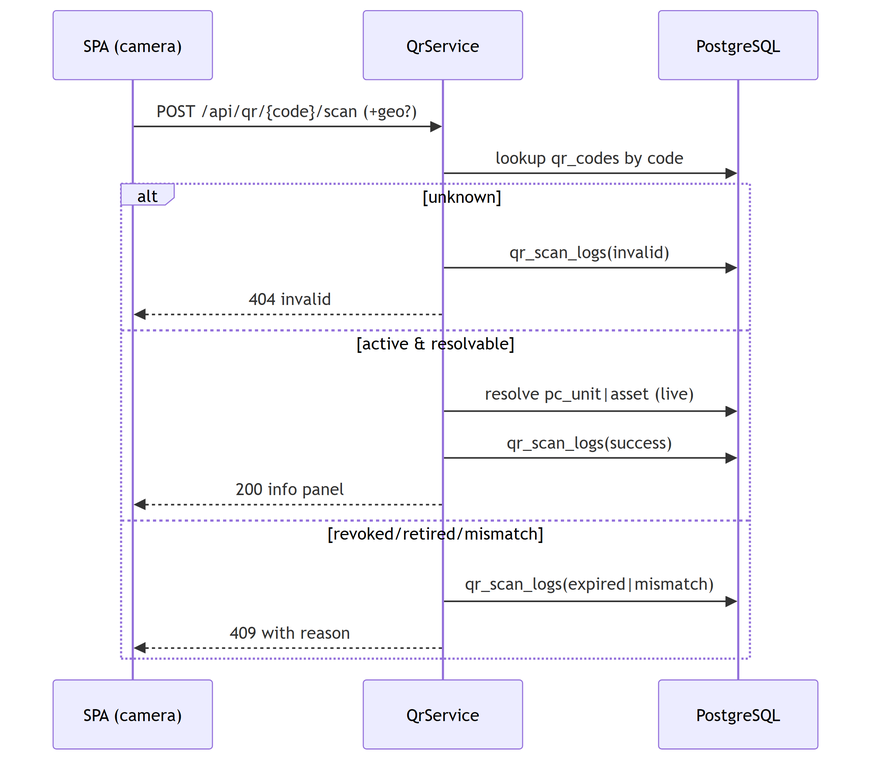
This is docs/diagrams/sdd-04-qr-scan-verification.png from im-Scrat/SccITTicketSys, a Mermaid export, as it was before one commit. Its source is kept beside it as docs/diagrams/source/sdd-04-qr-scan-verification.mmd.
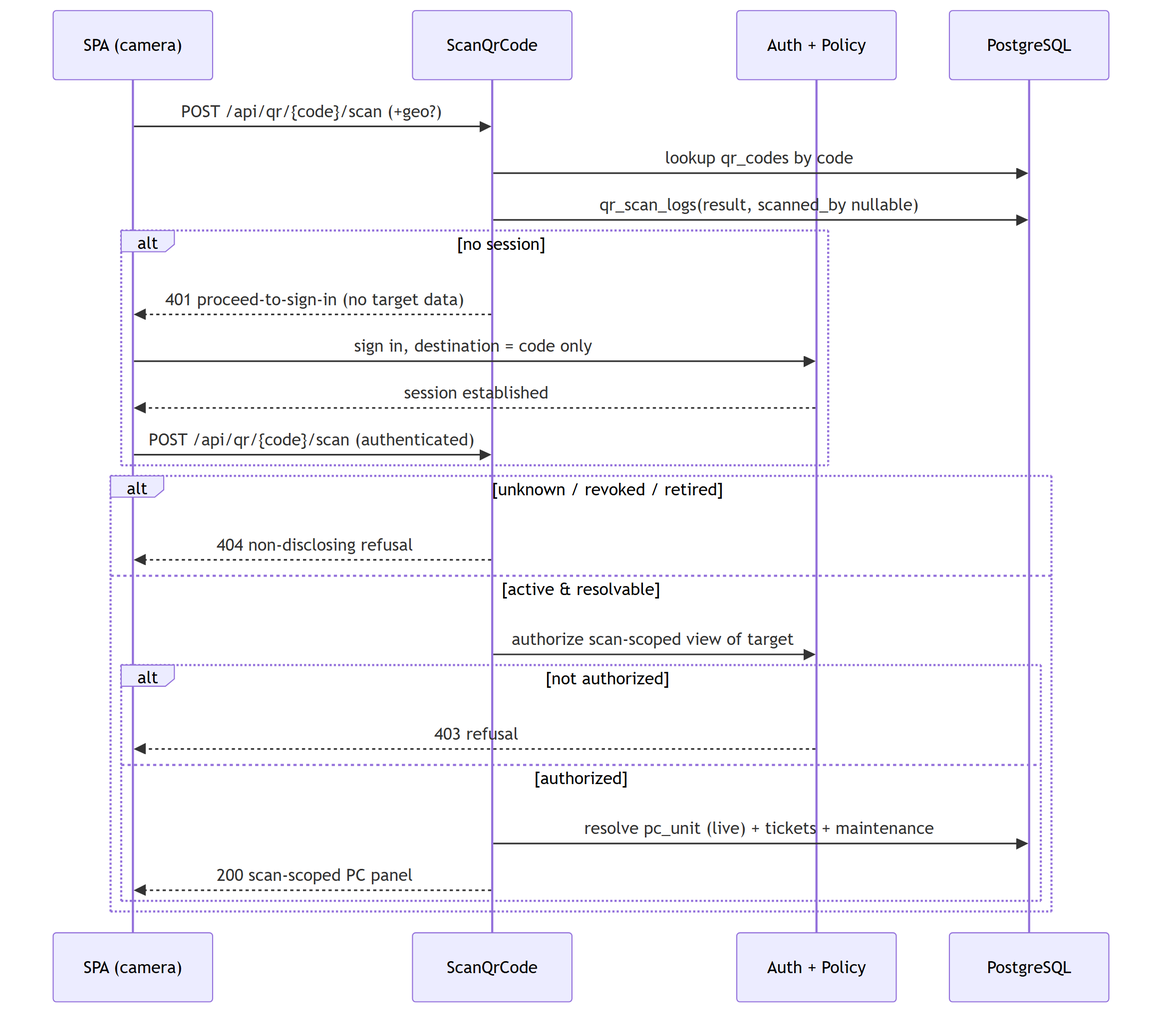
Later version of the same file.

The edit, as a diff of the source:
```diff
@@ -1,17 +1,25 @@
 sequenceDiagram
   participant B as SPA (camera)
-  participant L as QrService
+  participant L as ScanQrCode
+  participant A as Auth + Policy
   participant DB as PostgreSQL
   B->>L: POST /api/qr/{code}/scan (+geo?)
   L->>DB: lookup qr_codes by code
-  alt unknown
-    L->>DB: qr_scan_logs(invalid)
-    L-->>B: 404 invalid
+  L->>DB: qr_scan_logs(result, scanned_by nullable)
+  alt no session
+    L-->>B: 401 proceed-to-sign-in (no target data)
+    B->>A: sign in, destination = code only
+    A-->>B: session established
+    B->>L: POST /api/qr/{code}/scan (authenticated)
+  end
+  alt unknown / revoked / retired
+    L-->>B: 404 non-disclosing refusal
   else active & resolvable
-    L->>DB: resolve pc_unit|asset (live)
-    L->>DB: qr_scan_logs(success)
-    L-->>B: 200 info panel
-  else revoked/retired/mismatch
-    L->>DB: qr_scan_logs(expired|mismatch)
-    L-->>B: 409 with reason
+    L->>A: authorize scan-scoped view of target
+    alt not authorized
+      A-->>B: 403 refusal
+    else authorized
+      L->>DB: resolve pc_unit (live) + tickets + maintenance
+      L-->>B: 200 scan-scoped PC panel
+    end
   end
```
